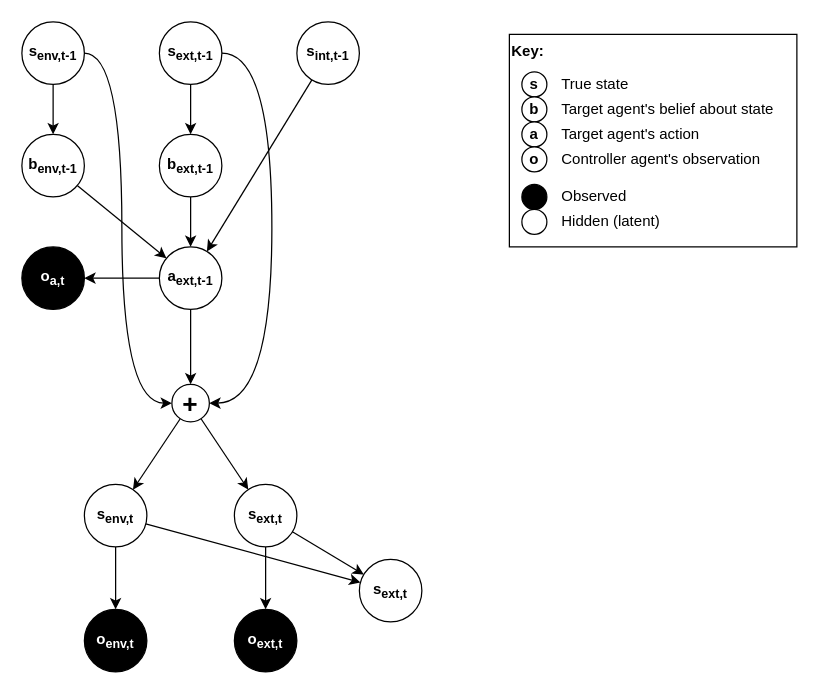
malcolmlett/malcolmlett.github.io keeps this draw.io diagram as page "target-behaviour-model" (1 of 7) of files/Autonomous-monitoring-and-control.drawio. Above is the earlier version. Source tidied: cells renumbered, new cells numbered last; positions are measured from the earlier drawing's top-left corner, leaving out a move shared by most shapes. Both pictures are drawn from the tidied source at 125%, with x=0, y=0 at pixel (21, 21).
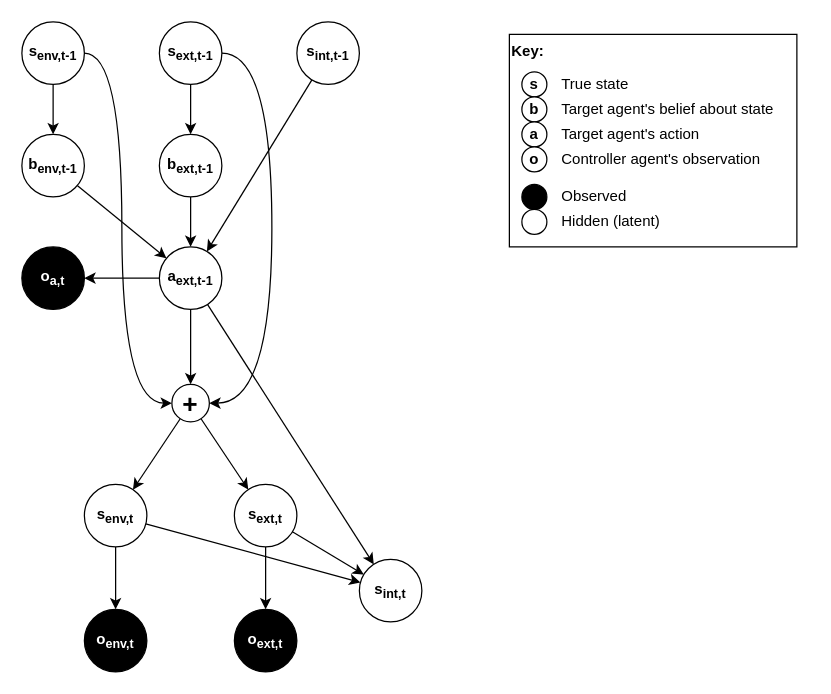
The same page after the edit.

Unchanged cells that the change refers to:
```xml
<mxCell id="17" value="&lt;span style=&quot;font-size: 12px&quot;&gt;a&lt;/span&gt;&lt;sub&gt;ext,t-1&lt;/sub&gt;" style="ellipse;whiteSpace=wrap;html=1;fontStyle=1;fontSize=12;" parent="1" vertex="1">
  <mxGeometry x="110" y="180" width="50" height="50" as="geometry" />
</mxCell>
```

Change to the diagram source:
```diff
@@
+    <mxCell id="43" style="edgeStyle=none;rounded=0;jettySize=auto;html=1;fontSize=12;fontColor=#000000;" parent="1" edge="1" source="17" target="27">
+      <mxGeometry relative="1" as="geometry" />
+    </mxCell>
@@
-    <mxCell id="27" value="s&lt;sub&gt;ext,t&lt;/sub&gt;" style="ellipse;whiteSpace=wrap;html=1;fontStyle=1;fontSize=12;" parent="1" vertex="1">
+    <mxCell id="27" value="s&lt;sub&gt;int,t&lt;/sub&gt;" style="ellipse;whiteSpace=wrap;html=1;fontStyle=1;fontSize=12;" parent="1" vertex="1">
       <mxGeometry x="270" y="430" width="50" height="50" as="geometry" />
     </mxCell>
```
